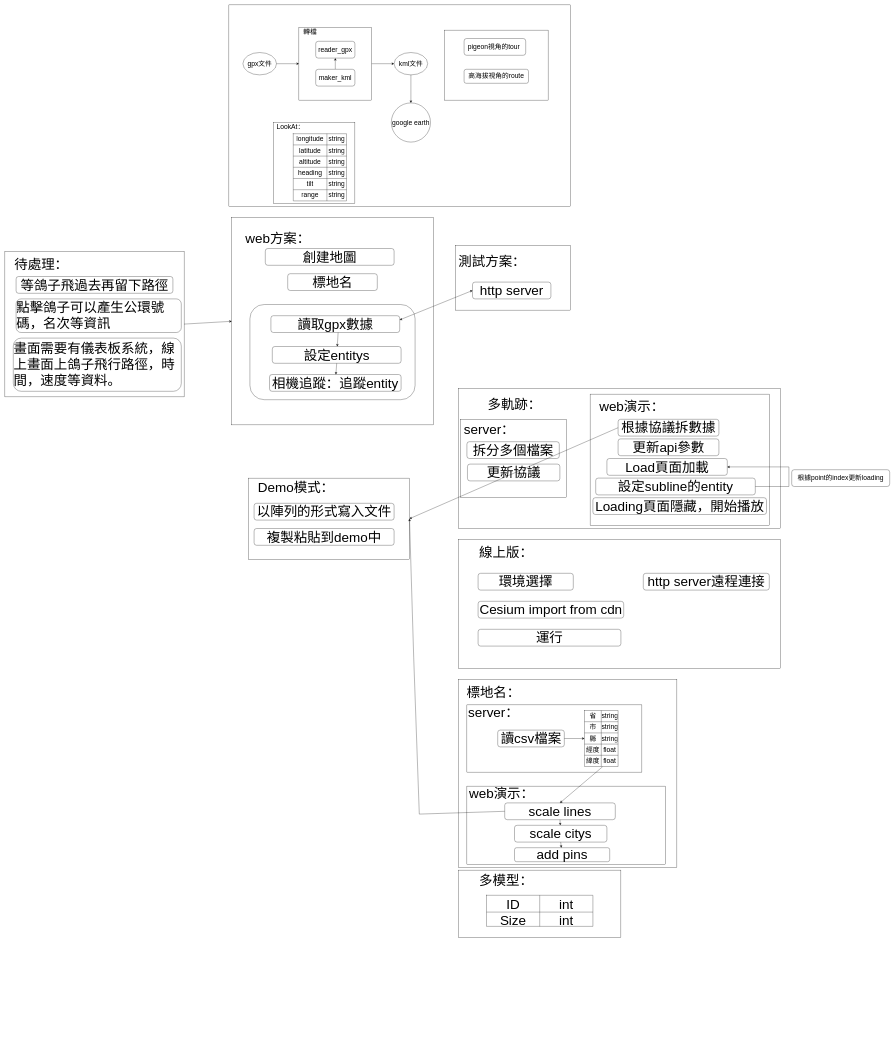
The draw.io diagram 3d展示.drawio in pengzhen80/PigeonRace, before the edit. Source tidied: cells renumbered, new cells numbered last; positions are measured from the earlier drawing's top-left corner, leaving out a move shared by most shapes. Both pictures are drawn from the tidied source at 28%, with x=0, y=0 at pixel (5, 5).
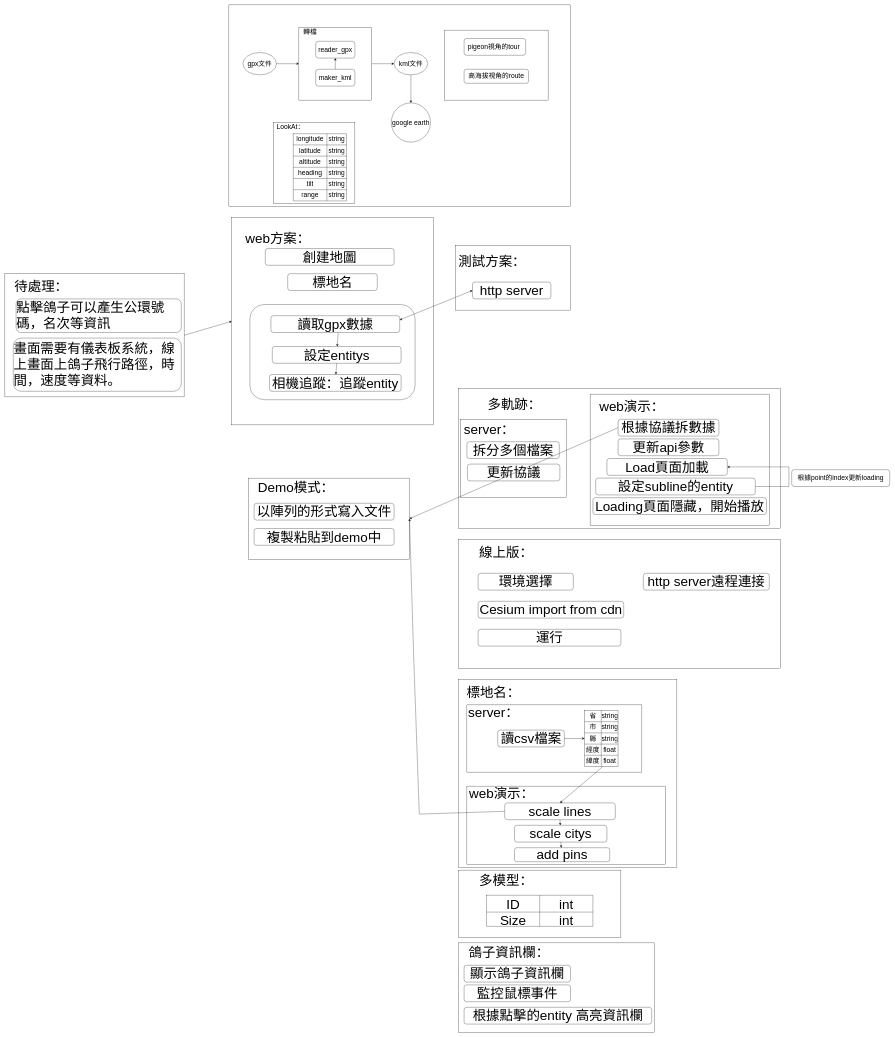
After the change.

Commit message:
Update 3d展示.drawio add 鴿子資訊欄

Change to the diagram source:
```diff
@@
     <mxCell id="7" style="rounded=0;whiteSpace=wrap;html=1;fontSize=48;" parent="1" vertex="1">
-      <mxGeometry y="880" width="640" height="520" as="geometry" />
+      <mxGeometry y="960" width="640" height="440" as="geometry" />
     </mxCell>
@@
     <mxCell id="57" value="待處理：" style="text;html=1;strokeColor=none;fillColor=none;align=center;verticalAlign=middle;whiteSpace=wrap;rounded=0;fontSize=48;" parent="1" vertex="1">
-      <mxGeometry x="20" y="910" width="220" height="30" as="geometry" />
+      <mxGeometry x="20" y="990" width="220" height="30" as="geometry" />
     </mxCell>
@@
-    <mxCell id="121" value="等鴿子飛過去再留下路徑" style="rounded=1;whiteSpace=wrap;html=1;fontSize=48;" parent="1" vertex="1">
-      <mxGeometry x="40" y="970" width="560" height="60" as="geometry" />
-    </mxCell>
@@
+    <mxCell id="124" style="rounded=0;whiteSpace=wrap;html=1;fontSize=48;" parent="1" vertex="1">
+      <mxGeometry x="1620" y="3350" width="700" height="320" as="geometry" />
+    </mxCell>
+    <mxCell id="125" value="鴿子資訊欄：" style="text;html=1;strokeColor=none;fillColor=none;align=center;verticalAlign=middle;whiteSpace=wrap;rounded=0;fontSize=48;" parent="1" vertex="1">
+      <mxGeometry x="1620" y="3370" width="360" height="30" as="geometry" />
+    </mxCell>
+    <mxCell id="126" value="顯示鴿子資訊欄" style="rounded=1;whiteSpace=wrap;html=1;fontSize=48;" parent="1" vertex="1">
+      <mxGeometry x="1640" y="3430" width="380" height="60" as="geometry" />
+    </mxCell>
+    <mxCell id="127" value="監控鼠標事件" style="rounded=1;whiteSpace=wrap;html=1;fontSize=48;" parent="1" vertex="1">
+      <mxGeometry x="1640" y="3500" width="380" height="60" as="geometry" />
+    </mxCell>
+    <mxCell id="128" value="根據點擊的entity 高亮資訊欄" style="rounded=1;whiteSpace=wrap;html=1;fontSize=48;" parent="1" vertex="1">
+      <mxGeometry x="1640" y="3580" width="670" height="60" as="geometry" />
+    </mxCell>
```
